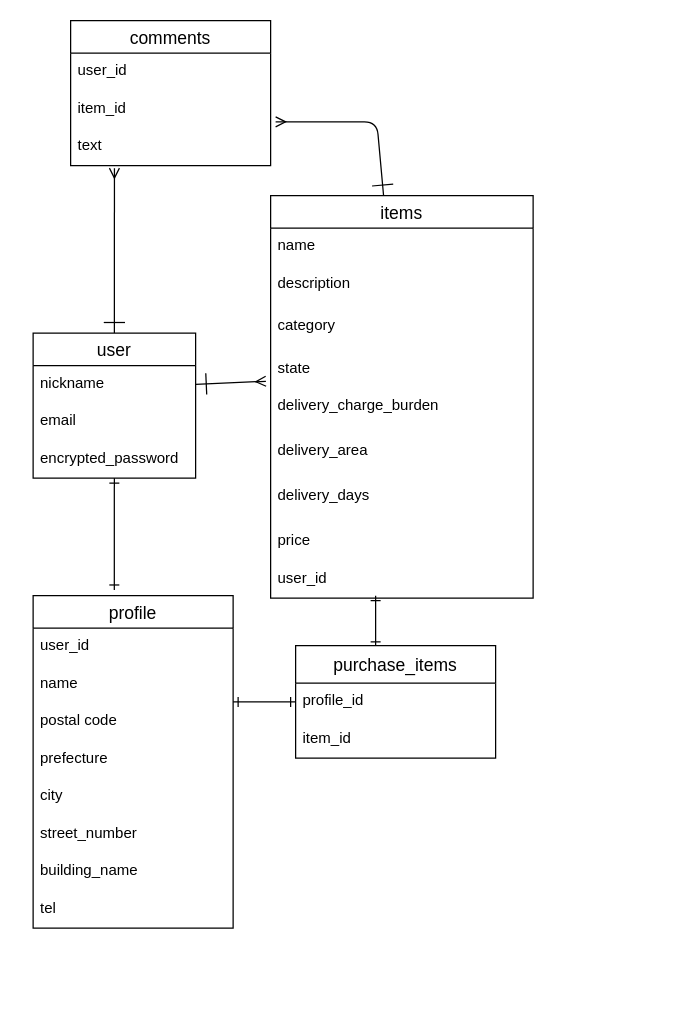
The draw.io diagram datebase.dio in miho0434/furima-38262, before the edit. Source tidied: cells renumbered, new cells numbered last; positions are measured from the earlier drawing's top-left corner, leaving out a move shared by most shapes. Both pictures are drawn from the tidied source at 125%, with x=0, y=0 at pixel (32, 20).
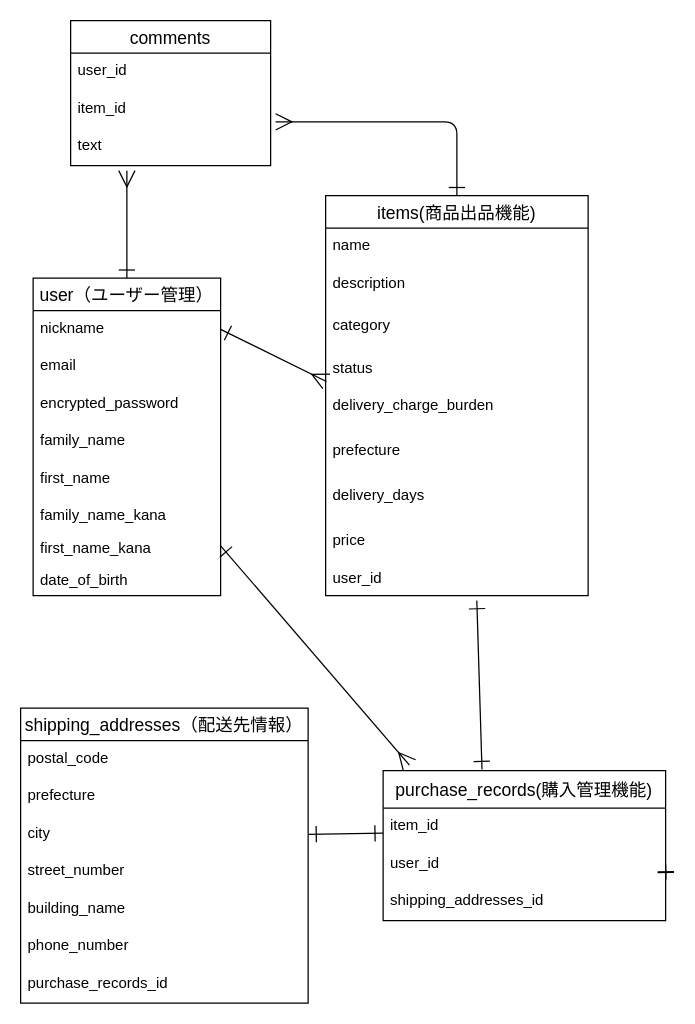
Above is the later version.

Commit message (it also covers changes not shown here):
DB設計・修正１

What changed in the source:
```diff
@@
-    <mxCell id="2" style="html=1;entryX=-0.018;entryY=0.817;entryDx=0;entryDy=0;startArrow=ERone;startFill=0;endArrow=ERmany;endFill=0;startSize=15;exitX=1;exitY=0.5;exitDx=0;exitDy=0;entryPerimeter=0;" parent="1" edge="1" source="6" target="15">
+    <mxCell id="2" style="html=1;startArrow=ERone;startFill=0;endArrow=ERmany;endFill=0;startSize=11;exitX=1;exitY=0.5;exitDx=0;exitDy=0;entryX=0.003;entryY=0.822;entryDx=0;entryDy=0;entryPerimeter=0;endSize=11;" parent="1" edge="1" source="6" target="15">
       <mxGeometry relative="1" as="geometry" />
     </mxCell>
-    <mxCell id="3" style="edgeStyle=none;html=1;entryX=0.406;entryY=-0.017;entryDx=0;entryDy=0;entryPerimeter=0;startArrow=ERone;startFill=0;endArrow=ERone;endFill=0;" parent="1" edge="1" source="5" target="24">
-      <mxGeometry relative="1" as="geometry" />
-    </mxCell>
-    <mxCell id="4" style="edgeStyle=none;html=1;entryX=0.219;entryY=1.067;entryDx=0;entryDy=0;entryPerimeter=0;shadow=0;startArrow=ERone;startFill=0;endArrow=ERmany;endFill=0;startSize=15;" parent="1" edge="1" source="5" target="37">
-      <mxGeometry relative="1" as="geometry" />
+    <mxCell id="4" style="edgeStyle=none;html=1;shadow=0;startArrow=ERone;startFill=0;endArrow=ERmany;endFill=0;startSize=11;endSize=11;" parent="1" edge="1" source="5">
+      <mxGeometry relative="1" as="geometry">
+        <mxPoint x="75" y="120" as="targetPoint" />
+      </mxGeometry>
     </mxCell>
+    <mxCell id="38" style="edgeStyle=none;html=1;entryX=0.093;entryY=-0.037;entryDx=0;entryDy=0;entryPerimeter=0;shadow=0;startArrow=ERone;startFill=0;endArrow=ERmany;endFill=0;startSize=11;endSize=11;strokeWidth=1;" parent="1" edge="1" source="5" target="21">
+      <mxGeometry relative="1" as="geometry" />
+    </mxCell>
-    <mxCell id="5" value="user" style="swimlane;fontStyle=0;horizontal=1;startSize=26;align=center;fontSize=14;" parent="1" vertex="1">
-      <mxGeometry y="250" width="130" height="116" as="geometry" />
+    <mxCell id="5" value="user（ユーザー管理）" style="swimlane;fontStyle=0;horizontal=1;startSize=26;align=center;fontSize=14;" parent="1" vertex="1">
+      <mxGeometry y="206" width="150" height="254" as="geometry" />
     </mxCell>
     <mxCell id="6" value="nickname" style="text;strokeColor=none;fillColor=none;spacingLeft=4;spacingRight=4;overflow=hidden;points=[[0,0.5],[1,0.5]];portConstraint=eastwest;fontSize=12;" parent="5" vertex="1">
-      <mxGeometry y="26" width="130" height="30" as="geometry" />
+      <mxGeometry y="26" width="150" height="30" as="geometry" />
     </mxCell>
     <mxCell id="7" value="email" style="text;strokeColor=none;fillColor=none;spacingLeft=4;spacingRight=4;overflow=hidden;fontSize=12;" parent="5" vertex="1">
-      <mxGeometry y="56" width="130" height="30" as="geometry" />
+      <mxGeometry y="56" width="150" height="30" as="geometry" />
     </mxCell>
     <mxCell id="8" value="encrypted_password" style="text;strokeColor=none;fillColor=none;spacingLeft=4;spacingRight=4;overflow=hidden;fontSize=12;" parent="5" vertex="1">
-      <mxGeometry y="86" width="130" height="30" as="geometry" />
+      <mxGeometry y="86" width="150" height="30" as="geometry" />
     </mxCell>
+    <mxCell id="39" value="family_name" style="text;strokeColor=none;fillColor=none;spacingLeft=4;spacingRight=4;overflow=hidden;fontSize=12;" parent="5" vertex="1">
+      <mxGeometry y="116" width="150" height="30" as="geometry" />
+    </mxCell>
+    <mxCell id="40" value="first_name" style="text;strokeColor=none;fillColor=none;spacingLeft=4;spacingRight=4;overflow=hidden;fontSize=12;" parent="5" vertex="1">
+      <mxGeometry y="146" width="150" height="30" as="geometry" />
+    </mxCell>
+    <mxCell id="41" value="family_name_kana&#10;" style="text;strokeColor=none;fillColor=none;spacingLeft=4;spacingRight=4;overflow=hidden;fontSize=12;" parent="5" vertex="1">
+      <mxGeometry y="176" width="150" height="26" as="geometry" />
+    </mxCell>
+    <mxCell id="42" value="first_name_kana" style="text;strokeColor=none;fillColor=none;spacingLeft=4;spacingRight=4;overflow=hidden;fontSize=12;" parent="5" vertex="1">
+      <mxGeometry y="202" width="150" height="26" as="geometry" />
+    </mxCell>
+    <mxCell id="43" value="date_of_birth" style="text;strokeColor=none;fillColor=none;spacingLeft=4;spacingRight=4;overflow=hidden;fontSize=12;fontStyle=0;" parent="5" vertex="1">
+      <mxGeometry y="228" width="150" height="26" as="geometry" />
+    </mxCell>
-    <mxCell id="9" style="edgeStyle=none;html=1;startArrow=ERone;startFill=0;endArrow=ERone;endFill=0;entryX=0.4;entryY=0.011;entryDx=0;entryDy=0;entryPerimeter=0;" parent="1" edge="1" target="21">
-      <mxGeometry relative="1" as="geometry">
-        <mxPoint x="274" y="460" as="sourcePoint" />
-      </mxGeometry>
+    <mxCell id="9" style="edgeStyle=none;html=1;startArrow=ERone;startFill=0;endArrow=ERone;endFill=0;entryX=0.35;entryY=-0.007;entryDx=0;entryDy=0;entryPerimeter=0;endSize=11;startSize=11;exitX=0.576;exitY=1.143;exitDx=0;exitDy=0;exitPerimeter=0;" parent="1" edge="1" source="20" target="21">
+      <mxGeometry relative="1" as="geometry" />
     </mxCell>
-    <mxCell id="10" style="edgeStyle=none;html=1;entryX=1.025;entryY=0.833;entryDx=0;entryDy=0;entryPerimeter=0;shadow=0;startArrow=ERone;startFill=0;endArrow=ERmany;endFill=0;startSize=15;" parent="1" edge="1" source="11" target="36">
+    <mxCell id="10" style="edgeStyle=none;html=1;entryX=1.025;entryY=0.833;entryDx=0;entryDy=0;entryPerimeter=0;shadow=0;startArrow=ERone;startFill=0;endArrow=ERmany;endFill=0;startSize=11;endSize=11;" parent="1" edge="1" source="11" target="36">
       <mxGeometry relative="1" as="geometry">
         <Array as="points">
-          <mxPoint x="275" y="81" />
+          <mxPoint x="339" y="81" />
         </Array>
       </mxGeometry>
     </mxCell>
-    <mxCell id="11" value="items" style="swimlane;fontStyle=0;horizontal=1;startSize=26;align=center;fontSize=14;" parent="1" vertex="1">
-      <mxGeometry x="190" y="140" width="210" height="322" as="geometry" />
+    <mxCell id="11" value="items(商品出品機能)" style="swimlane;fontStyle=0;horizontal=1;startSize=26;align=center;fontSize=14;" parent="1" vertex="1">
+      <mxGeometry x="234" y="140" width="210" height="320" as="geometry" />
     </mxCell>
@@
-    <mxCell id="15" value="state" style="text;strokeColor=none;fillColor=none;spacingLeft=4;spacingRight=4;overflow=hidden;points=[[0,0.5],[1,0.5]];portConstraint=eastwest;fontSize=12;" parent="11" vertex="1">
+    <mxCell id="15" value="status" style="text;strokeColor=none;fillColor=none;spacingLeft=4;spacingRight=4;overflow=hidden;points=[[0,0.5],[1,0.5]];portConstraint=eastwest;fontSize=12;" parent="11" vertex="1">
       <mxGeometry y="124" width="210" height="30" as="geometry" />
     </mxCell>
@@
-    <mxCell id="17" value="delivery_area " style="text;strokeColor=none;fillColor=none;spacingLeft=4;spacingRight=4;overflow=hidden;fontSize=12;" parent="11" vertex="1">
+    <mxCell id="17" value="prefecture" style="text;strokeColor=none;fillColor=none;spacingLeft=4;spacingRight=4;overflow=hidden;fontSize=12;" parent="11" vertex="1">
       <mxGeometry y="190" width="210" height="36" as="geometry" />
     </mxCell>
@@
     <mxCell id="20" value="user_id" style="text;strokeColor=none;fillColor=none;spacingLeft=4;spacingRight=4;overflow=hidden;points=[[0,0.5],[1,0.5]];portConstraint=eastwest;fontSize=12;" parent="11" vertex="1">
-      <mxGeometry y="292" width="210" height="30" as="geometry" />
+      <mxGeometry y="292" width="210" height="28" as="geometry" />
     </mxCell>
-    <mxCell id="21" value="purchase_items" style="swimlane;fontStyle=0;horizontal=1;startSize=30;align=center;fontSize=14;" parent="1" vertex="1">
-      <mxGeometry x="210" y="500" width="160" height="90" as="geometry" />
+    <mxCell id="21" value="purchase_records(購入管理機能)" style="swimlane;fontStyle=0;horizontal=1;startSize=30;align=center;fontSize=14;" parent="1" vertex="1">
+      <mxGeometry x="280" y="600" width="226" height="120" as="geometry" />
     </mxCell>
-    <mxCell id="22" value="profile_id" style="text;strokeColor=none;fillColor=none;spacingLeft=4;spacingRight=4;overflow=hidden;points=[[0,0.5],[1,0.5]];portConstraint=eastwest;fontSize=12;" parent="21" vertex="1">
-      <mxGeometry y="30" width="160" height="30" as="geometry" />
-    </mxCell>
     <mxCell id="23" value="item_id&#10;" style="text;strokeColor=none;fillColor=none;spacingLeft=4;spacingRight=4;overflow=hidden;fontSize=12;" parent="21" vertex="1">
-      <mxGeometry y="60" width="160" height="30" as="geometry" />
+      <mxGeometry y="30" width="226" height="30" as="geometry" />
     </mxCell>
-    <mxCell id="24" value="profile" style="swimlane;fontStyle=0;horizontal=1;startSize=26;align=center;fontSize=14;" parent="1" vertex="1">
-      <mxGeometry y="460" width="160" height="266" as="geometry" />
-    </mxCell>
-    <mxCell id="25" value="user_id" style="text;strokeColor=none;fillColor=none;spacingLeft=4;spacingRight=4;overflow=hidden;points=[[0,0.5],[1,0.5]];portConstraint=eastwest;fontSize=12;" parent="24" vertex="1">
-      <mxGeometry y="26" width="160" height="30" as="geometry" />
+    <mxCell id="25" value="user_id&#10;" style="text;strokeColor=none;fillColor=none;spacingLeft=4;spacingRight=4;overflow=hidden;points=[[0,0.5],[1,0.5]];portConstraint=eastwest;fontSize=12;" parent="21" vertex="1">
+      <mxGeometry y="60" width="226" height="30" as="geometry" />
     </mxCell>
-    <mxCell id="26" value="name" style="text;strokeColor=none;fillColor=none;spacingLeft=4;spacingRight=4;overflow=hidden;fontSize=12;" parent="24" vertex="1">
-      <mxGeometry y="56" width="160" height="30" as="geometry" />
-    </mxCell>
+    <mxCell id="44" style="edgeStyle=none;html=1;exitX=1;exitY=0.5;exitDx=0;exitDy=0;entryX=1.001;entryY=0.911;entryDx=0;entryDy=0;entryPerimeter=0;shadow=0;startArrow=ERone;startFill=0;endArrow=ERone;endFill=0;startSize=11;endSize=11;strokeWidth=1;" parent="21" edge="1" source="25" target="25">
+      <mxGeometry relative="1" as="geometry" />
+    </mxCell>
+    <mxCell id="45" value="shipping_addresses_id&#10;" style="text;strokeColor=none;fillColor=none;spacingLeft=4;spacingRight=4;overflow=hidden;fontSize=12;" parent="21" vertex="1">
+      <mxGeometry y="90" width="226" height="30" as="geometry" />
+    </mxCell>
+    <mxCell id="34" value="comments" style="swimlane;fontStyle=0;horizontal=1;startSize=26;align=center;fontSize=14;" parent="1" vertex="1">
+      <mxGeometry x="30" width="160" height="116" as="geometry" />
+    </mxCell>
+    <mxCell id="35" value="user_id&#10;" style="text;strokeColor=none;fillColor=none;spacingLeft=4;spacingRight=4;overflow=hidden;fontSize=12;" parent="34" vertex="1">
+      <mxGeometry y="26" width="160" height="30" as="geometry" />
+    </mxCell>
+    <mxCell id="36" value="item_id" style="text;strokeColor=none;fillColor=none;spacingLeft=4;spacingRight=4;overflow=hidden;points=[[0,0.5],[1,0.5]];portConstraint=eastwest;fontSize=12;" parent="34" vertex="1">
+      <mxGeometry y="56" width="160" height="30" as="geometry" />
+    </mxCell>
+    <mxCell id="37" value="text" style="text;strokeColor=none;fillColor=none;spacingLeft=4;spacingRight=4;overflow=hidden;points=[[0,0.5],[1,0.5]];portConstraint=eastwest;fontSize=12;" parent="34" vertex="1">
+      <mxGeometry y="86" width="160" height="30" as="geometry" />
+    </mxCell>
+    <mxCell id="46" value="shipping_addresses（配送先情報）" style="swimlane;fontStyle=0;horizontal=1;startSize=26;align=center;fontSize=14;" parent="1" vertex="1">
+      <mxGeometry x="-10" y="550" width="230" height="236" as="geometry" />
+    </mxCell>
-    <mxCell id="27" value="postal code" style="text;strokeColor=none;fillColor=none;spacingLeft=4;spacingRight=4;overflow=hidden;fontSize=12;" parent="24" vertex="1">
-      <mxGeometry y="86" width="160" height="30" as="geometry" />
+    <mxCell id="27" value="postal_code" style="text;strokeColor=none;fillColor=none;spacingLeft=4;spacingRight=4;overflow=hidden;fontSize=12;" parent="46" vertex="1">
+      <mxGeometry y="26" width="230" height="30" as="geometry" />
     </mxCell>
-    <mxCell id="28" value="prefecture" style="text;strokeColor=none;fillColor=none;spacingLeft=4;spacingRight=4;overflow=hidden;fontSize=12;" parent="24" vertex="1">
-      <mxGeometry y="116" width="160" height="30" as="geometry" />
+    <mxCell id="28" value="prefecture" style="text;strokeColor=none;fillColor=none;spacingLeft=4;spacingRight=4;overflow=hidden;fontSize=12;" parent="46" vertex="1">
+      <mxGeometry y="56" width="230" height="30" as="geometry" />
     </mxCell>
-    <mxCell id="29" value="city" style="text;strokeColor=none;fillColor=none;spacingLeft=4;spacingRight=4;overflow=hidden;points=[[0,0.5],[1,0.5]];portConstraint=eastwest;fontSize=12;" parent="24" vertex="1">
-      <mxGeometry y="146" width="160" height="30" as="geometry" />
+    <mxCell id="29" value="city" style="text;strokeColor=none;fillColor=none;spacingLeft=4;spacingRight=4;overflow=hidden;points=[[0,0.5],[1,0.5]];portConstraint=eastwest;fontSize=12;" parent="46" vertex="1">
+      <mxGeometry y="86" width="230" height="30" as="geometry" />
     </mxCell>
-    <mxCell id="30" value="street_number" style="text;strokeColor=none;fillColor=none;spacingLeft=4;spacingRight=4;overflow=hidden;fontSize=12;" parent="24" vertex="1">
-      <mxGeometry y="176" width="160" height="30" as="geometry" />
+    <mxCell id="30" value="street_number" style="text;strokeColor=none;fillColor=none;spacingLeft=4;spacingRight=4;overflow=hidden;fontSize=12;" parent="46" vertex="1">
+      <mxGeometry y="116" width="230" height="30" as="geometry" />
     </mxCell>
-    <mxCell id="31" value="building_name&#10;&#10;&#10;" style="text;strokeColor=none;fillColor=none;spacingLeft=4;spacingRight=4;overflow=hidden;fontSize=12;" parent="24" vertex="1">
-      <mxGeometry y="206" width="160" height="30" as="geometry" />
+    <mxCell id="31" value="building_name&#10;&#10;&#10;" style="text;strokeColor=none;fillColor=none;spacingLeft=4;spacingRight=4;overflow=hidden;fontSize=12;" parent="46" vertex="1">
+      <mxGeometry y="146" width="230" height="30" as="geometry" />
     </mxCell>
-    <mxCell id="32" value="tel&#10;" style="text;strokeColor=none;fillColor=none;spacingLeft=4;spacingRight=4;overflow=hidden;fontSize=12;" parent="24" vertex="1">
-      <mxGeometry y="236" width="160" height="30" as="geometry" />
+    <mxCell id="32" value="phone_number&#10;&#10;" style="text;strokeColor=none;fillColor=none;spacingLeft=4;spacingRight=4;overflow=hidden;fontSize=12;" parent="46" vertex="1">
+      <mxGeometry y="176" width="230" height="30" as="geometry" />
     </mxCell>
-    <mxCell id="33" style="edgeStyle=none;html=1;startArrow=ERone;startFill=0;endArrow=ERone;endFill=0;exitX=0;exitY=0.5;exitDx=0;exitDy=0;" parent="1" edge="1" source="22">
-      <mxGeometry relative="1" as="geometry">
-        <mxPoint x="160" y="545" as="targetPoint" />
-      </mxGeometry>
-    </mxCell>
-    <mxCell id="34" value="comments" style="swimlane;fontStyle=0;horizontal=1;startSize=26;align=center;fontSize=14;" parent="1" vertex="1">
-      <mxGeometry x="30" width="160" height="116" as="geometry" />
-    </mxCell>
-    <mxCell id="35" value="user_id&#10;" style="text;strokeColor=none;fillColor=none;spacingLeft=4;spacingRight=4;overflow=hidden;fontSize=12;" parent="34" vertex="1">
-      <mxGeometry y="26" width="160" height="30" as="geometry" />
-    </mxCell>
-    <mxCell id="36" value="item_id" style="text;strokeColor=none;fillColor=none;spacingLeft=4;spacingRight=4;overflow=hidden;points=[[0,0.5],[1,0.5]];portConstraint=eastwest;fontSize=12;" parent="34" vertex="1">
-      <mxGeometry y="56" width="160" height="30" as="geometry" />
-    </mxCell>
-    <mxCell id="37" value="text" style="text;strokeColor=none;fillColor=none;spacingLeft=4;spacingRight=4;overflow=hidden;points=[[0,0.5],[1,0.5]];portConstraint=eastwest;fontSize=12;" parent="34" vertex="1">
-      <mxGeometry y="86" width="160" height="30" as="geometry" />
-    </mxCell>
+    <mxCell id="47" value="purchase_records_id&#10;" style="text;strokeColor=none;fillColor=none;spacingLeft=4;spacingRight=4;overflow=hidden;fontSize=12;" parent="46" vertex="1">
+      <mxGeometry y="206" width="230" height="30" as="geometry" />
+    </mxCell>
+    <mxCell id="48" style="edgeStyle=none;html=1;shadow=0;startArrow=ERone;startFill=0;endArrow=ERone;endFill=0;startSize=11;endSize=11;strokeWidth=1;exitX=1;exitY=0.5;exitDx=0;exitDy=0;" parent="1" edge="1" source="29">
+      <mxGeometry relative="1" as="geometry">
+        <mxPoint x="280" y="650" as="targetPoint" />
+      </mxGeometry>
+    </mxCell>
```
